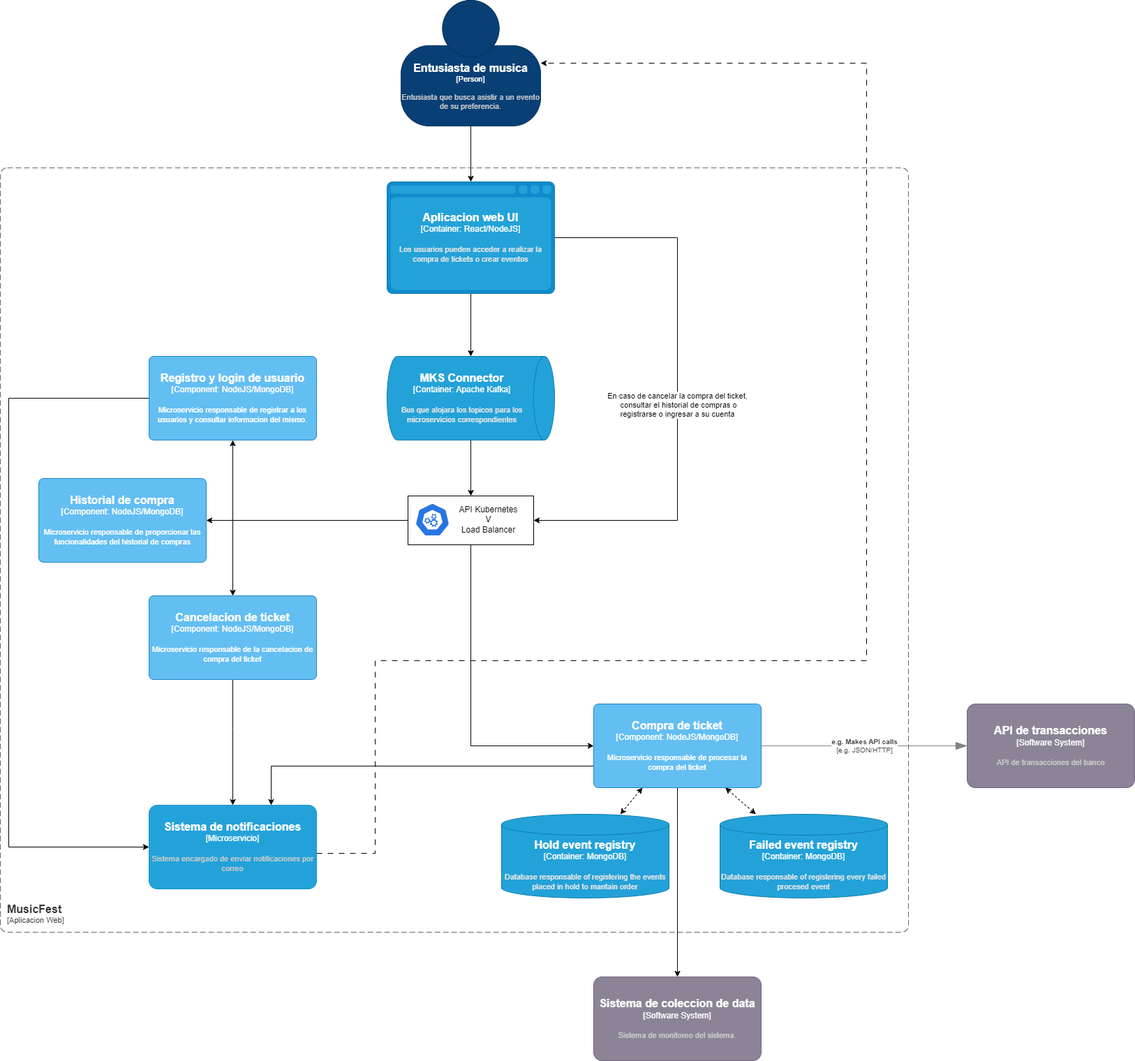
This is s01-Grupo3-MusicFest/Proyecto/Imagenes/Arquitectura-Diagrama de componente - Compra de Tickets.drawio.png from ulima-arqui241/grupo03, a draw.io export, as it was before one commit. Source tidied: cells renumbered, new cells last; positions are measured from the earlier drawing's top-left corner, leaving out a move shared by most shapes.
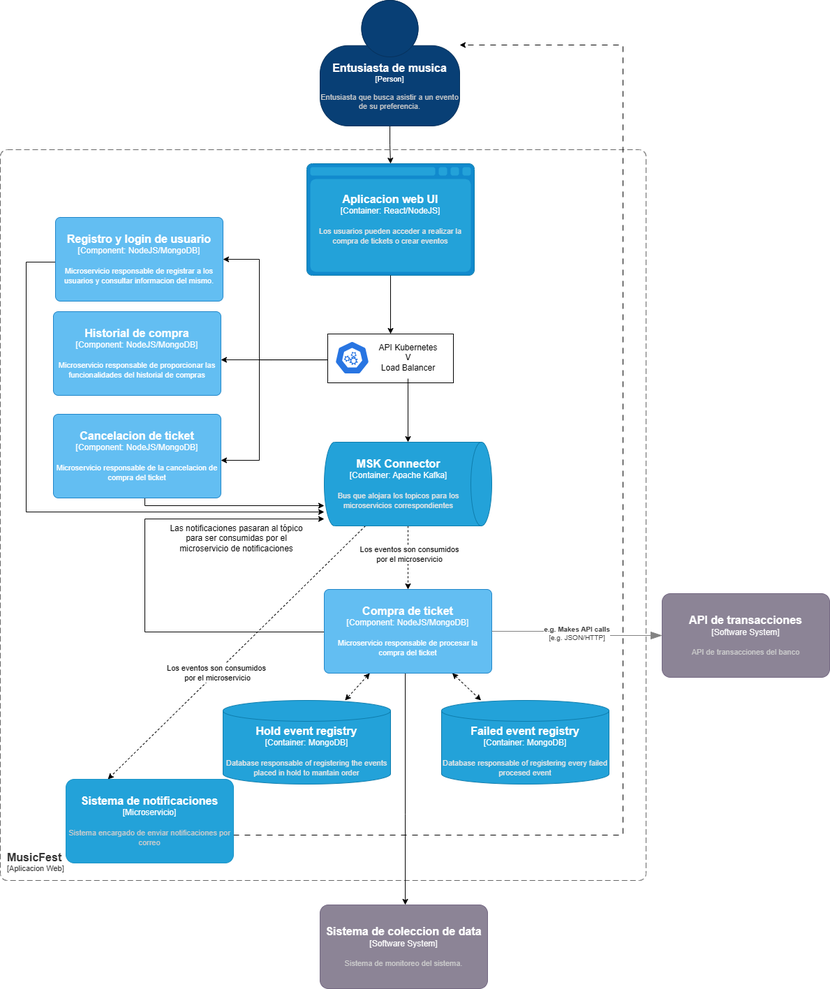
Above is the later version.

Commit message:
Separacion de documentos y explicacion de la arquitectura.

What changed in the source:
```diff
@@ -7,43 +7,41 @@
     </mxCell>
     <object id="3" label="&lt;font style=&quot;font-size: 16px&quot;&gt;&lt;b&gt;%c4Name%&lt;/b&gt;&lt;/font&gt;&lt;div&gt;[%c4Type%]&lt;/div&gt;&lt;br&gt;&lt;div&gt;&lt;font style=&quot;font-size: 11px&quot;&gt;&lt;font color=&quot;#cccccc&quot;&gt;%c4Description%&lt;/font&gt;&lt;/div&gt;" c4Description="Entusiasta que busca asistir a un evento de su preferencia." c4Name="Entusiasta de musica" c4Type="Person" placeholders="1">
       <mxCell style="html=1;fontSize=11;dashed=0;whiteSpace=wrap;fillColor=#083F75;strokeColor=#06315C;fontColor=#ffffff;shape=mxgraph.c4.person2;align=center;points=[[0.5,0,0],[1,0.5,0],[1,0.75,0],[0.75,1,0],[0.5,1,0],[0.25,1,0],[0,0.75,0],[0,0.5,0]];" parent="1" vertex="1">
-        <mxGeometry x="574" width="200" height="180" as="geometry" />
+        <mxGeometry x="584" y="26" width="200" height="180" as="geometry" />
       </mxCell>
     </object>
     <object id="4" label="&lt;font style=&quot;font-size: 16px&quot;&gt;&lt;b&gt;&lt;div style=&quot;text-align: left&quot;&gt;%c4Name%&lt;/div&gt;&lt;/b&gt;&lt;/font&gt;&lt;div style=&quot;text-align: left&quot;&gt;[%c4Application%]&lt;/div&gt;" c4Application="Aplicacion Web" c4Name="MusicFest" c4Type="SystemScopeBoundary" placeholders="1">
       <mxCell style="rounded=1;fontSize=11;whiteSpace=wrap;html=1;dashed=1;arcSize=20;fillColor=none;strokeColor=#666666;fontColor=#333333;labelBackgroundColor=none;align=left;verticalAlign=bottom;labelBorderColor=none;spacingTop=0;spacing=10;dashPattern=8 4;perimeter=rectanglePerimeter;noLabel=0;labelPadding=0;absoluteArcSize=1;" parent="1" vertex="1">
-        <mxGeometry y="240" width="1301" height="1095" as="geometry" />
+        <mxGeometry x="126" y="240" width="925" height="1047" as="geometry" />
       </mxCell>
     </object>
-    <mxCell id="5" style="edgeStyle=orthogonalEdgeStyle;rounded=0;jettySize=auto;html=1;" parent="1" edge="1" source="8" target="10">
-      <mxGeometry relative="1" as="geometry" />
-    </mxCell>
-    <mxCell id="6" style="edgeStyle=orthogonalEdgeStyle;rounded=0;jettySize=auto;html=1;" parent="1" edge="1" source="8" target="12">
-      <mxGeometry relative="1" as="geometry">
-        <Array as="points">
-          <mxPoint x="970" y="340" />
-          <mxPoint x="970" y="745" />
-        </Array>
-      </mxGeometry>
-    </mxCell>
-    <mxCell id="7" value="En caso de cancelar la compra del ticket,&lt;div&gt;&amp;nbsp;consultar el historial de compras o&lt;/div&gt;&lt;div&gt;registrarse o ingresar a su cuenta&lt;/div&gt;" style="edgeLabel;html=1;align=center;verticalAlign=middle;" parent="6" vertex="1">
-      <mxGeometry x="0.05" y="-1" relative="1" as="geometry" />
-    </mxCell>
     <object id="8" label="&lt;font style=&quot;font-size: 16px&quot;&gt;&lt;b&gt;%c4Name%&lt;/b&gt;&lt;/font&gt;&lt;div&gt;[%c4Type%:&amp;nbsp;%c4Technology%]&lt;/div&gt;&lt;br&gt;&lt;div&gt;&lt;font style=&quot;font-size: 11px&quot;&gt;&lt;font color=&quot;#E6E6E6&quot;&gt;%c4Description%&lt;/font&gt;&lt;/div&gt;" c4Description="Los usuarios pueden acceder a realizar la compra de tickets o crear eventos" c4Name="Aplicacion web UI" c4Technology="React/NodeJS" c4Type="Container" placeholders="1">
       <mxCell style="shape=mxgraph.c4.webBrowserContainer2;whiteSpace=wrap;html=1;boundedLbl=1;rounded=0;labelBackgroundColor=none;strokeColor=#118ACD;fillColor=#23A2D9;strokeColor=#118ACD;strokeColor2=#0E7DAD;fontSize=12;fontColor=#ffffff;align=center;points=[[0.5,0,0],[1,0.25,0],[1,0.5,0],[1,0.75,0],[0.5,1,0],[0,0.75,0],[0,0.5,0],[0,0.25,0]];" parent="1" vertex="1">
-        <mxGeometry x="554" y="260" width="240" height="160" as="geometry" />
+        <mxGeometry x="565" y="260" width="240" height="160" as="geometry" />
       </mxCell>
     </object>
-    <mxCell id="9" style="edgeStyle=orthogonalEdgeStyle;rounded=0;jettySize=auto;html=1;" parent="1" edge="1" source="10" target="12">
+    <mxCell id="9" style="edgeStyle=orthogonalEdgeStyle;rounded=0;jettySize=auto;html=1;" parent="1" edge="1" source="8" target="12">
       <mxGeometry relative="1" as="geometry" />
     </mxCell>
+    <mxCell id="36" style="edgeStyle=orthogonalEdgeStyle;rounded=0;jettySize=auto;html=1;dashed=1;" parent="1" edge="1" source="10" target="18">
+      <mxGeometry relative="1" as="geometry" />
+    </mxCell>
+    <mxCell id="37" value="Los eventos son consumidos&lt;div&gt;por el microservicio&lt;/div&gt;" style="edgeLabel;html=1;align=center;verticalAlign=middle;" parent="36" vertex="1">
+      <mxGeometry x="-0.11" y="1" relative="1" as="geometry" />
+    </mxCell>
+    <mxCell id="38" style="rounded=0;jettySize=auto;html=1;entryX=0.25;entryY=0;entryDx=0;entryDy=0;entryPerimeter=0;dashed=1;" parent="1" edge="1" source="10" target="23">
+      <mxGeometry relative="1" as="geometry" />
+    </mxCell>
+    <mxCell id="39" value="Los eventos son consumidos&amp;nbsp;&lt;div&gt;por el microservicio&lt;/div&gt;" style="edgeLabel;html=1;align=center;verticalAlign=middle;" parent="38" vertex="1">
+      <mxGeometry x="0.16" y="1" relative="1" as="geometry" />
+    </mxCell>
-    <object id="10" label="&lt;font style=&quot;font-size: 16px&quot;&gt;&lt;b&gt;%c4Name%&lt;/b&gt;&lt;/font&gt;&lt;div&gt;[%c4Type%:&amp;nbsp;%c4Technology%]&lt;/div&gt;&lt;br&gt;&lt;div&gt;&lt;font style=&quot;font-size: 11px&quot;&gt;&lt;font color=&quot;#E6E6E6&quot;&gt;%c4Description%&lt;/font&gt;&lt;/div&gt;" c4Description="Bus que alojara los topicos para los microservicios correspondientes" c4Name="MKS Connector" c4Technology="Apache Kafka" c4Type="Container" placeholders="1">
+    <object id="10" label="&lt;font style=&quot;font-size: 16px&quot;&gt;&lt;b&gt;%c4Name%&lt;/b&gt;&lt;/font&gt;&lt;div&gt;[%c4Type%:&amp;nbsp;%c4Technology%]&lt;/div&gt;&lt;br&gt;&lt;div&gt;&lt;font style=&quot;font-size: 11px&quot;&gt;&lt;font color=&quot;#E6E6E6&quot;&gt;%c4Description%&lt;/font&gt;&lt;/div&gt;" c4Description="Bus que alojara los topicos para los microservicios correspondientes" c4Name="MSK Connector" c4Technology="Apache Kafka" c4Type="Container" placeholders="1">
       <mxCell style="shape=cylinder3;size=15;direction=south;whiteSpace=wrap;html=1;boundedLbl=1;rounded=0;labelBackgroundColor=none;fillColor=#23A2D9;fontSize=12;fontColor=#ffffff;align=center;strokeColor=#0E7DAD;points=[[0.5,0,0],[1,0.25,0],[1,0.5,0],[1,0.75,0],[0.5,1,0],[0,0.75,0],[0,0.5,0],[0,0.25,0]];" parent="1" vertex="1">
-        <mxGeometry x="554" y="510" width="240" height="120" as="geometry" />
+        <mxGeometry x="590" y="659" width="240" height="120" as="geometry" />
       </mxCell>
     </object>
     <mxCell id="11" style="group;" parent="1" vertex="1">
-      <mxGeometry x="584" y="710" width="180" height="70" as="geometry" />
+      <mxGeometry x="595" y="504" width="180" height="70" as="geometry" />
     </mxCell>
     <mxCell id="12" style="rounded=0;whiteSpace=wrap;html=1;" parent="11" vertex="1">
       <mxGeometry width="180" height="70" as="geometry" />
@@ -54,10 +52,11 @@
     <mxCell id="14" value="API Kubernetes&lt;div&gt;V&lt;br&gt;&lt;div&gt;Load Balancer&lt;/div&gt;&lt;/div&gt;" style="text;html=1;align=center;verticalAlign=middle;points=[];strokeColor=none;fillColor=none;" parent="11" vertex="1">
       <mxGeometry x="60" y="4" width="110" height="60" as="geometry" />
     </mxCell>
-    <mxCell id="15" style="edgeStyle=orthogonalEdgeStyle;rounded=0;jettySize=auto;html=1;" parent="1" edge="1" source="18" target="23">
+    <mxCell id="15" style="edgeStyle=orthogonalEdgeStyle;rounded=0;jettySize=auto;html=1;" parent="1" edge="1" source="18" target="10">
       <mxGeometry relative="1" as="geometry">
         <Array as="points">
-          <mxPoint x="388" y="1097" />
+          <mxPoint x="333" y="931" />
+          <mxPoint x="333" y="769" />
         </Array>
       </mxGeometry>
     </mxCell>
@@ -65,11 +64,16 @@
       <mxGeometry relative="1" as="geometry" />
     </mxCell>
     <mxCell id="17" style="edgeStyle=orthogonalEdgeStyle;rounded=0;jettySize=auto;html=1;" parent="1" edge="1" source="18" target="24">
-      <mxGeometry relative="1" as="geometry" />
+      <mxGeometry relative="1" as="geometry">
+        <Array as="points">
+          <mxPoint x="706" y="1192" />
+          <mxPoint x="706" y="1192" />
+        </Array>
+      </mxGeometry>
     </mxCell>
     <object id="18" label="&lt;font style=&quot;font-size: 16px&quot;&gt;&lt;b&gt;%c4Name%&lt;/b&gt;&lt;/font&gt;&lt;div&gt;[%c4Type%: %c4Technology%]&lt;/div&gt;&lt;br&gt;&lt;div&gt;&lt;font style=&quot;font-size: 11px&quot;&gt;%c4Description%&lt;/font&gt;&lt;/div&gt;" c4Description="Microservicio responsable de procesar la compra del ticket" c4Name="Compra de ticket" c4Technology="NodeJS/MongoDB" c4Type="Component" placeholders="1">
       <mxCell style="rounded=1;whiteSpace=wrap;html=1;labelBackgroundColor=none;fillColor=#63BEF2;fontColor=#ffffff;align=center;arcSize=6;strokeColor=#2086C9;points=[[0.25,0,0],[0.5,0,0],[0.75,0,0],[1,0.25,0],[1,0.5,0],[1,0.75,0],[0.75,1,0],[0.5,1,0],[0.25,1,0],[0,0.75,0],[0,0.5,0],[0,0.25,0]];" parent="1" vertex="1">
-        <mxGeometry x="850" y="1008" width="240" height="120" as="geometry" />
+        <mxGeometry x="590" y="870" width="240" height="120" as="geometry" />
       </mxCell>
     </object>
     <object id="19" label="&lt;div style=&quot;text-align: left&quot;&gt;&lt;div style=&quot;text-align: center&quot;&gt;&lt;b&gt;%c4Description%&lt;/b&gt;&lt;/div&gt;&lt;div style=&quot;text-align: center&quot;&gt;[%c4Technology%]&lt;/div&gt;&lt;/div&gt;" c4Description="e.g. Makes API calls" c4Technology="e.g. JSON/HTTP" c4Type="Relationship" placeholders="1">
@@ -79,87 +83,99 @@
     </object>
     <object id="20" label="&lt;font style=&quot;font-size: 16px&quot;&gt;&lt;b&gt;%c4Name%&lt;/b&gt;&lt;/font&gt;&lt;div&gt;[%c4Type%]&lt;/div&gt;&lt;br&gt;&lt;div&gt;&lt;font style=&quot;font-size: 11px&quot;&gt;&lt;font color=&quot;#cccccc&quot;&gt;%c4Description%&lt;/font&gt;&lt;/div&gt;" c4Description="API de transacciones del banco" c4Name="API de transacciones" c4Type="Software System" placeholders="1">
       <mxCell style="rounded=1;whiteSpace=wrap;html=1;labelBackgroundColor=none;fillColor=#8C8496;fontColor=#ffffff;align=center;arcSize=10;strokeColor=#736782;points=[[0.25,0,0],[0.5,0,0],[0.75,0,0],[1,0.25,0],[1,0.5,0],[1,0.75,0],[0.75,1,0],[0.5,1,0],[0.25,1,0],[0,0.75,0],[0,0.5,0],[0,0.25,0]];" parent="1" vertex="1">
-        <mxGeometry x="1385" y="1008" width="240" height="120" as="geometry" />
+        <mxGeometry x="1074" y="876" width="240" height="120" as="geometry" />
       </mxCell>
     </object>
-    <mxCell id="21" style="edgeStyle=orthogonalEdgeStyle;rounded=0;jettySize=auto;html=1;" parent="1" edge="1" source="12" target="18">
-      <mxGeometry relative="1" as="geometry">
-        <Array as="points">
-          <mxPoint x="674" y="1068" />
-        </Array>
-      </mxGeometry>
-    </mxCell>
     <mxCell id="22" style="rounded=0;jettySize=auto;html=1;edgeStyle=orthogonalEdgeStyle;elbow=vertical;dashed=1;dashPattern=8 8;" parent="1" edge="1" source="23" target="3">
       <mxGeometry relative="1" as="geometry">
         <Array as="points">
-          <mxPoint x="537" y="1222" />
-          <mxPoint x="537" y="946" />
-          <mxPoint x="1241" y="946" />
-          <mxPoint x="1241" y="90" />
+          <mxPoint x="1018" y="1222" />
+          <mxPoint x="1018" y="90" />
         </Array>
       </mxGeometry>
     </mxCell>
     <object id="23" label="&lt;font style=&quot;font-size: 16px&quot;&gt;&lt;b&gt;%c4Name%&lt;/b&gt;&lt;/font&gt;&lt;div&gt;[%c4Type%]&lt;/div&gt;&lt;br&gt;&lt;div&gt;&lt;font style=&quot;font-size: 11px&quot;&gt;&lt;font color=&quot;#cccccc&quot;&gt;%c4Description%&lt;/font&gt;&lt;/div&gt;" c4Description="Sistema encargado de enviar notificaciones por correo" c4Name="Sistema de notificaciones" c4Type="Microservicio" placeholders="1">
       <mxCell style="rounded=1;whiteSpace=wrap;html=1;labelBackgroundColor=none;fillColor=#23a2d9;fontColor=#ffffff;align=center;arcSize=10;strokeColor=#1a93c6;points=[[0.25,0,0],[0.5,0,0],[0.75,0,0],[1,0.25,0],[1,0.5,0],[1,0.75,0],[0.75,1,0],[0.5,1,0],[0.25,1,0],[0,0.75,0],[0,0.5,0],[0,0.25,0]];" parent="1" vertex="1">
-        <mxGeometry x="213" y="1153" width="240" height="120" as="geometry" />
+        <mxGeometry x="220" y="1142" width="240" height="120" as="geometry" />
       </mxCell>
     </object>
     <object id="24" label="&lt;font style=&quot;font-size: 16px&quot;&gt;&lt;b&gt;%c4Name%&lt;/b&gt;&lt;/font&gt;&lt;div&gt;[%c4Type%]&lt;/div&gt;&lt;br&gt;&lt;div&gt;&lt;font style=&quot;font-size: 11px&quot;&gt;&lt;font color=&quot;#cccccc&quot;&gt;%c4Description%&lt;/font&gt;&lt;/div&gt;" c4Description="Sistema de monitoreo del sistema." c4Name="Sistema de coleccion de data" c4Type="Software System" placeholders="1">
       <mxCell style="rounded=1;whiteSpace=wrap;html=1;labelBackgroundColor=none;fillColor=#8C8496;fontColor=#ffffff;align=center;arcSize=10;strokeColor=#736782;points=[[0.25,0,0],[0.5,0,0],[0.75,0,0],[1,0.25,0],[1,0.5,0],[1,0.75,0],[0.75,1,0],[0.5,1,0],[0.25,1,0],[0,0.75,0],[0,0.5,0],[0,0.25,0]];" parent="1" vertex="1">
-        <mxGeometry x="850" y="1399" width="240" height="120" as="geometry" />
+        <mxGeometry x="584" y="1322" width="240" height="120" as="geometry" />
       </mxCell>
     </object>
     <object id="25" label="&lt;font style=&quot;font-size: 16px&quot;&gt;&lt;b&gt;%c4Name%&lt;/b&gt;&lt;/font&gt;&lt;div&gt;[%c4Type%:&amp;nbsp;%c4Technology%]&lt;/div&gt;&lt;br&gt;&lt;div&gt;&lt;font style=&quot;font-size: 11px&quot;&gt;&lt;font color=&quot;#E6E6E6&quot;&gt;%c4Description%&lt;/font&gt;&lt;/div&gt;" c4Description="Database responsable of registering every failed procesed event" c4Name="Failed event registry" c4Technology="MongoDB" c4Type="Container" placeholders="1">
       <mxCell style="shape=cylinder3;size=15;whiteSpace=wrap;html=1;boundedLbl=1;rounded=0;labelBackgroundColor=none;fillColor=#23A2D9;fontSize=12;fontColor=#ffffff;align=center;strokeColor=#0E7DAD;points=[[0.5,0,0],[1,0.25,0],[1,0.5,0],[1,0.75,0],[0.5,1,0],[0,0.75,0],[0,0.5,0],[0,0.25,0]];" parent="1" vertex="1">
-        <mxGeometry x="1031" y="1166" width="240" height="120" as="geometry" />
+        <mxGeometry x="758" y="1029" width="240" height="120" as="geometry" />
       </mxCell>
     </object>
     <object id="26" label="&lt;font style=&quot;font-size: 16px&quot;&gt;&lt;b&gt;%c4Name%&lt;/b&gt;&lt;/font&gt;&lt;div&gt;[%c4Type%:&amp;nbsp;%c4Technology%]&lt;/div&gt;&lt;br&gt;&lt;div&gt;&lt;font style=&quot;font-size: 11px&quot;&gt;&lt;font color=&quot;#E6E6E6&quot;&gt;%c4Description%&lt;/font&gt;&lt;/div&gt;" c4Description="Database responsable of registering the events placed in hold to mantain order" c4Name="Hold event registry" c4Technology="MongoDB" c4Type="Container" placeholders="1">
       <mxCell style="shape=cylinder3;size=15;whiteSpace=wrap;html=1;boundedLbl=1;rounded=0;labelBackgroundColor=none;fillColor=#23A2D9;fontSize=12;fontColor=#ffffff;align=center;strokeColor=#0E7DAD;points=[[0.5,0,0],[1,0.25,0],[1,0.5,0],[1,0.75,0],[0.5,1,0],[0,0.75,0],[0,0.5,0],[0,0.25,0]];" parent="1" vertex="1">
-        <mxGeometry x="718" y="1166" width="240" height="120" as="geometry" />
+        <mxGeometry x="445" y="1029" width="240" height="120" as="geometry" />
       </mxCell>
     </object>
     <mxCell id="27" style="rounded=0;jettySize=auto;html=1;dashed=1;startArrow=classic;startFill=1;" parent="1" edge="1" source="18" target="25">
       <mxGeometry relative="1" as="geometry" />
     </mxCell>
-    <mxCell id="28" style="edgeStyle=orthogonalEdgeStyle;rounded=0;jettySize=auto;html=1;" parent="1" edge="1" source="29" target="23">
+    <mxCell id="28" style="edgeStyle=orthogonalEdgeStyle;rounded=0;jettySize=auto;html=1;" parent="1" edge="1" source="29" target="10">
       <mxGeometry relative="1" as="geometry">
         <Array as="points">
-          <mxPoint x="333" y="1044" />
+          <mxPoint x="333" y="750" />
         </Array>
       </mxGeometry>
     </mxCell>
     <object id="29" label="&lt;font style=&quot;font-size: 16px&quot;&gt;&lt;b&gt;%c4Name%&lt;/b&gt;&lt;/font&gt;&lt;div&gt;[%c4Type%: %c4Technology%]&lt;/div&gt;&lt;br&gt;&lt;div&gt;&lt;font style=&quot;font-size: 11px&quot;&gt;%c4Description%&lt;/font&gt;&lt;/div&gt;" c4Description="Microservicio responsable de la cancelacion de compra del ticket" c4Name="Cancelacion de ticket" c4Technology="NodeJS/MongoDB" c4Type="Component" placeholders="1">
       <mxCell style="rounded=1;whiteSpace=wrap;html=1;labelBackgroundColor=none;fillColor=#63BEF2;fontColor=#ffffff;align=center;arcSize=6;strokeColor=#2086C9;points=[[0.25,0,0],[0.5,0,0],[0.75,0,0],[1,0.25,0],[1,0.5,0],[1,0.75,0],[0.75,1,0],[0.5,1,0],[0.25,1,0],[0,0.75,0],[0,0.5,0],[0,0.25,0]];" parent="1" vertex="1">
-        <mxGeometry x="213" y="853" width="240" height="120" as="geometry" />
+        <mxGeometry x="202" y="619" width="240" height="120" as="geometry" />
       </mxCell>
     </object>
     <mxCell id="30" style="edgeStyle=orthogonalEdgeStyle;rounded=0;jettySize=auto;html=1;" parent="1" edge="1" source="12" target="29">
-      <mxGeometry relative="1" as="geometry" />
+      <mxGeometry relative="1" as="geometry">
+        <Array as="points">
+          <mxPoint x="497" y="541" />
+          <mxPoint x="497" y="685" />
+        </Array>
+      </mxGeometry>
     </mxCell>
-    <mxCell id="31" style="edgeStyle=orthogonalEdgeStyle;rounded=0;jettySize=auto;html=1;" parent="1" edge="1" source="32" target="23">
+    <mxCell id="31" style="edgeStyle=orthogonalEdgeStyle;rounded=0;jettySize=auto;html=1;" parent="1" edge="1" source="32" target="10">
       <mxGeometry relative="1" as="geometry">
         <Array as="points">
-          <mxPoint x="12" y="570" />
-          <mxPoint x="12" y="1213" />
+          <mxPoint x="163" y="401" />
+          <mxPoint x="163" y="759" />
         </Array>
       </mxGeometry>
     </mxCell>
     <object id="32" label="&lt;font style=&quot;font-size: 16px&quot;&gt;&lt;b&gt;%c4Name%&lt;/b&gt;&lt;/font&gt;&lt;div&gt;[%c4Type%: %c4Technology%]&lt;/div&gt;&lt;br&gt;&lt;div&gt;&lt;font style=&quot;font-size: 11px&quot;&gt;%c4Description%&lt;/font&gt;&lt;/div&gt;" c4Description="Microservicio responsable de registrar a los usuarios y consultar informacion del mismo." c4Name="Registro y login de usuario" c4Technology="NodeJS/MongoDB" c4Type="Component" placeholders="1">
       <mxCell style="rounded=1;whiteSpace=wrap;html=1;labelBackgroundColor=none;fillColor=#63BEF2;fontColor=#ffffff;align=center;arcSize=6;strokeColor=#2086C9;points=[[0.25,0,0],[0.5,0,0],[0.75,0,0],[1,0.25,0],[1,0.5,0],[1,0.75,0],[0.75,1,0],[0.5,1,0],[0.25,1,0],[0,0.75,0],[0,0.5,0],[0,0.25,0]];" parent="1" vertex="1">
-        <mxGeometry x="213" y="510" width="240" height="120" as="geometry" />
+        <mxGeometry x="205" y="337" width="240" height="120" as="geometry" />
       </mxCell>
     </object>
     <mxCell id="33" style="edgeStyle=orthogonalEdgeStyle;rounded=0;jettySize=auto;html=1;" parent="1" edge="1" source="12" target="32">
-      <mxGeometry relative="1" as="geometry" />
+      <mxGeometry relative="1" as="geometry">
+        <Array as="points">
+          <mxPoint x="497" y="541" />
+          <mxPoint x="497" y="397" />
+        </Array>
+      </mxGeometry>
     </mxCell>
     <object id="34" label="&lt;font style=&quot;font-size: 16px&quot;&gt;&lt;b&gt;%c4Name%&lt;/b&gt;&lt;/font&gt;&lt;div&gt;[%c4Type%: %c4Technology%]&lt;/div&gt;&lt;br&gt;&lt;div&gt;&lt;font style=&quot;font-size: 11px&quot;&gt;%c4Description%&lt;/font&gt;&lt;/div&gt;" c4Description="Microservicio responsable de proporcionar las funcionalidades del historial de compras" c4Name="Historial de compra" c4Technology="NodeJS/MongoDB" c4Type="Component" placeholders="1">
       <mxCell style="rounded=1;whiteSpace=wrap;html=1;labelBackgroundColor=none;fillColor=#63BEF2;fontColor=#ffffff;align=center;arcSize=6;strokeColor=#2086C9;points=[[0.25,0,0],[0.5,0,0],[0.75,0,0],[1,0.25,0],[1,0.5,0],[1,0.75,0],[0.75,1,0],[0.5,1,0],[0.25,1,0],[0,0.75,0],[0,0.5,0],[0,0.25,0]];" parent="1" vertex="1">
-        <mxGeometry x="55" y="685" width="240" height="120" as="geometry" />
+        <mxGeometry x="202" y="472" width="240" height="120" as="geometry" />
       </mxCell>
     </object>
     <mxCell id="35" style="edgeStyle=orthogonalEdgeStyle;rounded=0;jettySize=auto;html=1;" parent="1" edge="1" source="12" target="34">
-      <mxGeometry relative="1" as="geometry" />
+      <mxGeometry relative="1" as="geometry">
+        <Array as="points">
+          <mxPoint x="514" y="541" />
+          <mxPoint x="514" y="541" />
+        </Array>
+      </mxGeometry>
     </mxCell>
+    <mxCell id="40" style="edgeStyle=orthogonalEdgeStyle;rounded=0;jettySize=auto;html=1;" parent="1" edge="1" source="14" target="10">
+      <mxGeometry relative="1" as="geometry" />
+    </mxCell>
+    <mxCell id="41" value="Las notificaciones pasaran al tópico&lt;div&gt;para ser consumidas por el&lt;/div&gt;&lt;div&gt;microservicio de notificaciones&lt;/div&gt;" style="text;html=1;align=center;verticalAlign=middle;strokeColor=none;fillColor=none;" parent="1" vertex="1">
+      <mxGeometry x="360" y="769" width="208" height="55" as="geometry" />
+    </mxCell>
   </root>
 </mxGraphModel>
```
